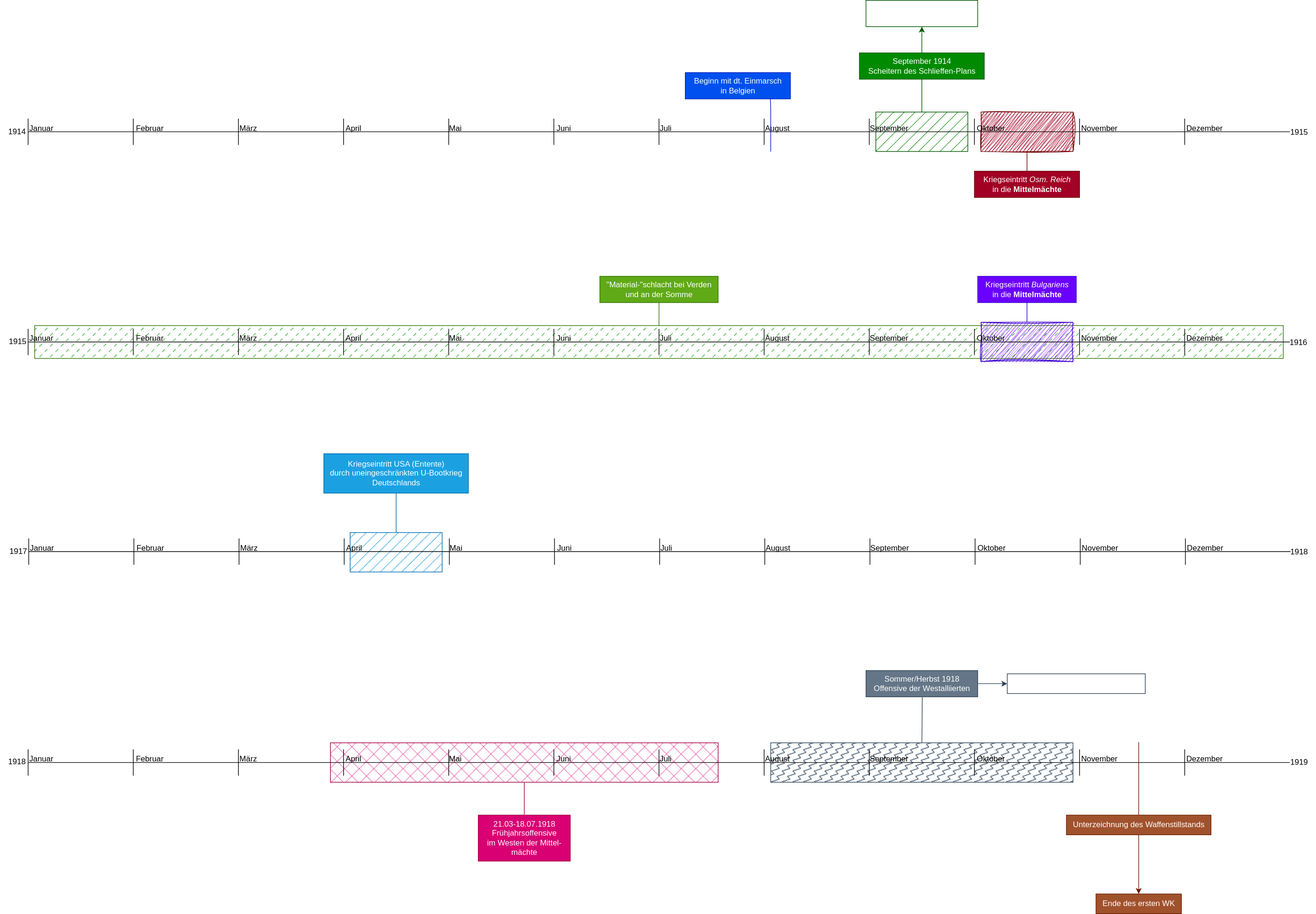
Earlier version of the draw.io export geschichte/assets/Geschichte_1914-1918.drawio.svg (Marethyu9999/quarto). Source tidied: cells renumbered, new cells last; positions are measured from the earlier drawing's top-left corner, leaving out a move shared by most shapes.
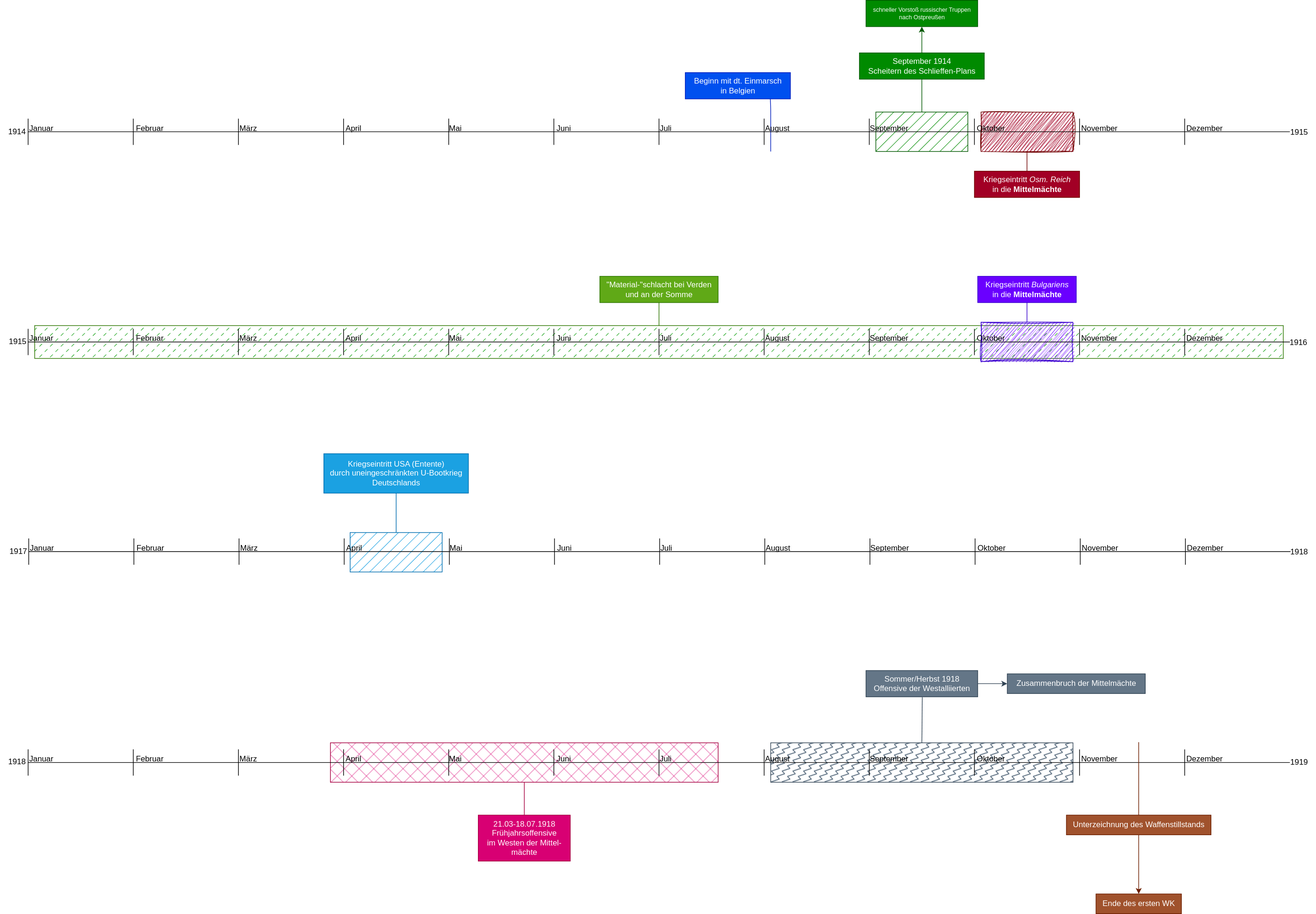
The same file after the commit.

Commit message:
Built site for gh-pages

Change to the diagram source:
```diff
@@ -160,7 +160,7 @@
     <mxCell id="39" style="endArrow=none;html=1;exitX=0.5;exitY=0;exitDx=0;exitDy=0;fillColor=#008a00;strokeColor=#005700;" parent="1" edge="1" source="5" target="38">
       <mxGeometry relative="1" as="geometry" />
     </mxCell>
-    <mxCell id="40" value="schneller Vorstoß russischer Truppen&lt;br style=&quot;font-size: 9px;&quot;&gt;nach Ostpreußen" style="text;html=1;align=center;verticalAlign=middle;points=[];strokeColor=#005700;fillColor=default;fontColor=#ffffff;fontSize=9;" parent="1" vertex="1">
+    <mxCell id="40" value="schneller Vorstoß russischer Truppen&lt;br style=&quot;font-size: 9px;&quot;&gt;nach Ostpreußen" style="text;html=1;align=center;verticalAlign=middle;points=[];strokeColor=#005700;fillColor=#008a00;fontColor=#ffffff;fontSize=9;" parent="1" vertex="1">
       <mxGeometry x="1317" width="170" height="40" as="geometry" />
     </mxCell>
     <mxCell id="41" value="Kriegseintritt &lt;i&gt;Osm. Reich&lt;/i&gt;&lt;br style=&quot;font-size: 12px;&quot;&gt;in die &lt;b style=&quot;font-size: 12px;&quot;&gt;Mittelmächte&lt;/b&gt;" style="text;html=1;align=center;verticalAlign=middle;points=[];strokeColor=#6F0000;fillColor=#a20025;fontSize=12;fontColor=#ffffff;" parent="1" vertex="1">
@@ -591,7 +591,7 @@
     <mxCell id="141" value="Unterzeichnung des Waffenstillstands" style="text;html=1;align=center;verticalAlign=middle;points=[];strokeColor=#6D1F00;fillColor=#a0522d;fontSize=12;fontColor=#ffffff;" parent="1" vertex="1">
       <mxGeometry x="1622" y="1240" width="220" height="30" as="geometry" />
     </mxCell>
-    <mxCell id="142" value="Zusammenbruch der Mittelmächte" style="text;html=1;align=center;verticalAlign=middle;points=[];strokeColor=#314354;fillColor=default;fontSize=12;fontColor=#ffffff;" parent="1" vertex="1">
+    <mxCell id="142" value="Zusammenbruch der Mittelmächte" style="text;html=1;align=center;verticalAlign=middle;points=[];strokeColor=#314354;fillColor=#647687;fontSize=12;fontColor=#ffffff;" parent="1" vertex="1">
       <mxGeometry x="1532" y="1025" width="210" height="30" as="geometry" />
     </mxCell>
     <mxCell id="143" value="Ende des ersten WK" style="text;html=1;align=center;verticalAlign=middle;points=[];strokeColor=#6D1F00;fillColor=#a0522d;fontSize=12;fontColor=#ffffff;" parent="1" vertex="1">
```
